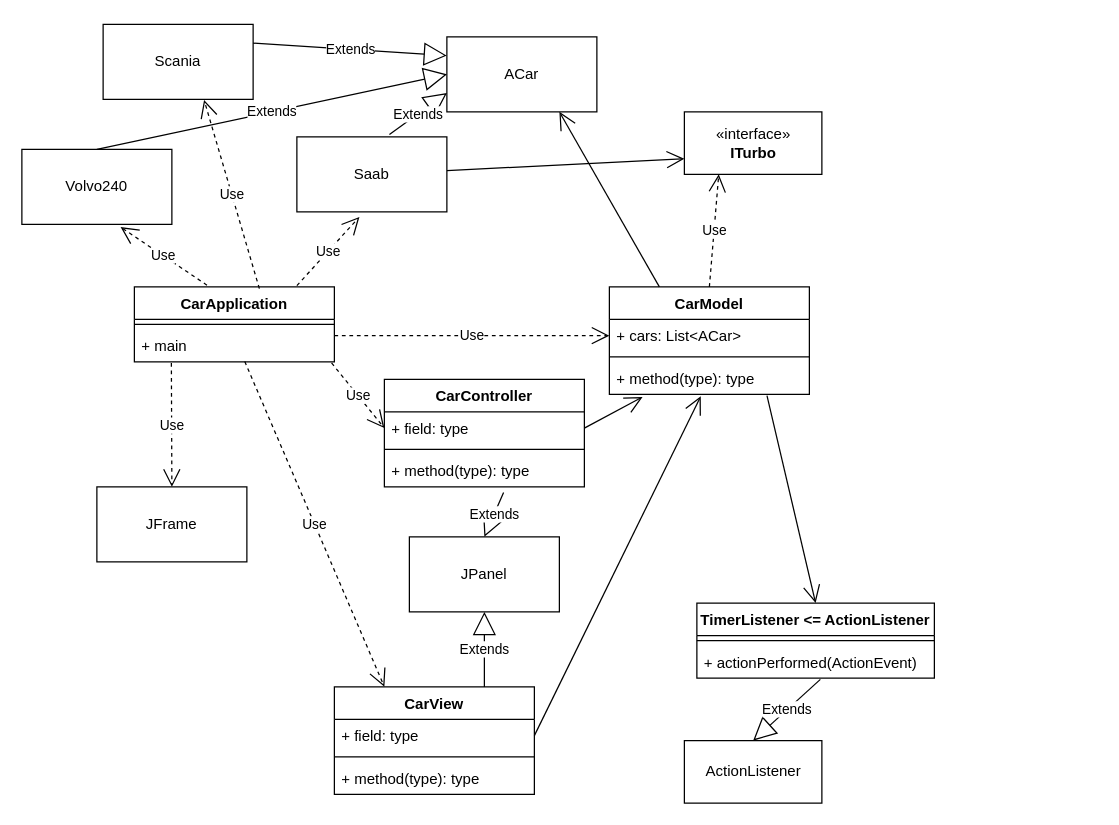
Above: NEWDESIGNGODHELPUS.drawio in Eliasers/DIT953-lab1 (draw.io), before the change. Source tidied: cells renumbered, new cells numbered last; positions are measured from the earlier drawing's top-left corner, leaving out a move shared by most shapes. Both pictures are drawn from the tidied source at 125%, with x=0, y=0 at pixel (21, 24).
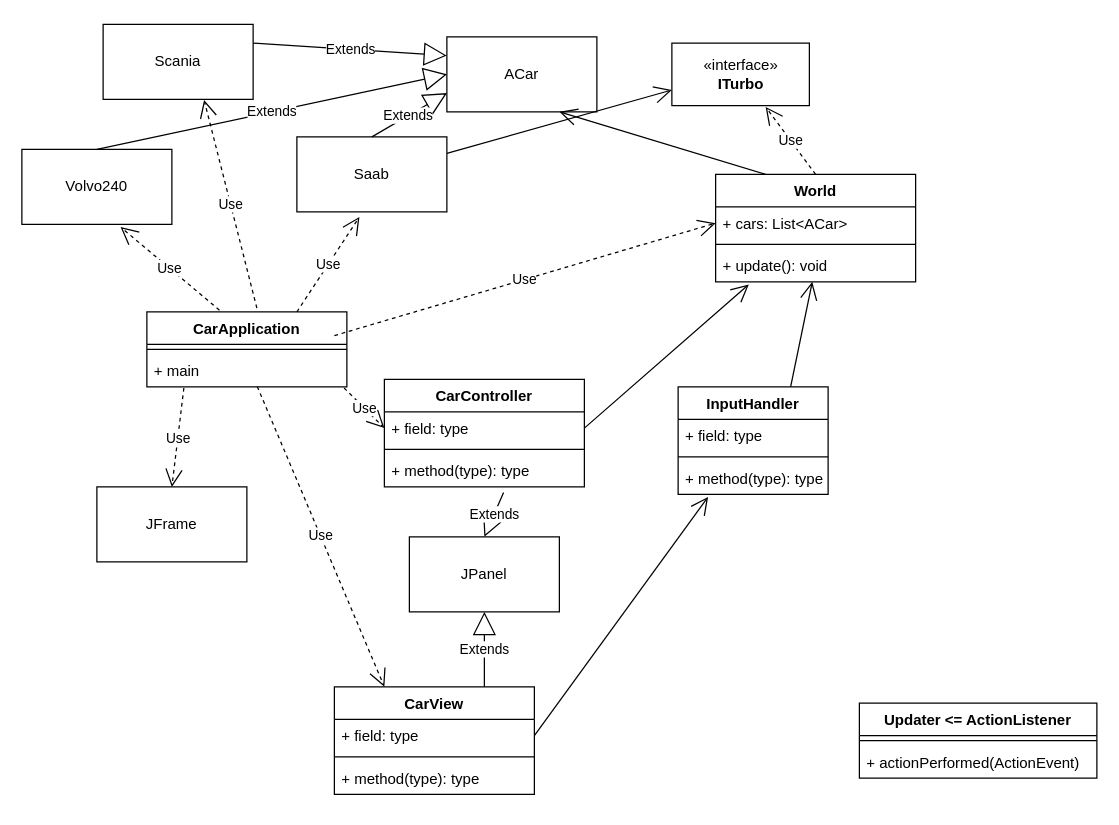
The same page after the edit.

Unchanged cells that the change refers to:
```xml
<mxCell id="10" value="+ field: type" style="text;strokeColor=none;fillColor=none;align=left;verticalAlign=top;spacingLeft=4;spacingRight=4;overflow=hidden;points=[[0,0.5],[1,0.5]];portConstraint=eastwest;" parent="9" vertex="1">
  <mxGeometry y="26" width="160" height="26" as="geometry" />
</mxCell>
<mxCell id="21" value="ACar" style="rounded=0;whiteSpace=wrap;html=1;" parent="1" vertex="1">
  <mxGeometry x="340" y="10" width="120" height="60" as="geometry" />
</mxCell>
<mxCell id="22" value="Scania" style="rounded=0;whiteSpace=wrap;html=1;" parent="1" vertex="1">
  <mxGeometry x="65" width="120" height="60" as="geometry" />
</mxCell>
<mxCell id="25" value="Saab" style="rounded=0;whiteSpace=wrap;html=1;" parent="1" vertex="1">
  <mxGeometry x="220" y="90" width="120" height="60" as="geometry" />
</mxCell>
<mxCell id="39" value="+ actionPerformed(ActionEvent)" style="text;strokeColor=none;fillColor=none;align=left;verticalAlign=top;spacingLeft=4;spacingRight=4;overflow=hidden;points=[[0,0.5],[1,0.5]];portConstraint=eastwest;" parent="37" vertex="1">
  <mxGeometry y="34" width="190" height="26" as="geometry" />
</mxCell>
```

Change to the diagram source:
```diff
@@
     <mxCell id="2" value="CarApplication" style="swimlane;fontStyle=1;align=center;verticalAlign=top;horizontal=1;startSize=26;" parent="1" vertex="1">
-      <mxGeometry x="90" y="210" width="160" height="60" as="geometry" />
+      <mxGeometry x="100" y="230" width="160" height="60" as="geometry" />
     </mxCell>
@@
-    <mxCell id="5" value="CarModel" style="swimlane;fontStyle=1;align=center;verticalAlign=top;horizontal=1;startSize=26;" parent="1" vertex="1">
-      <mxGeometry x="470" y="210" width="160" height="86" as="geometry" />
+    <mxCell id="5" value="World" style="swimlane;fontStyle=1;align=center;verticalAlign=top;horizontal=1;startSize=26;" parent="1" vertex="1">
+      <mxGeometry x="555" y="120" width="160" height="86" as="geometry" />
     </mxCell>
@@
-    <mxCell id="8" value="+ method(type): type" style="text;strokeColor=none;fillColor=none;align=left;verticalAlign=top;spacingLeft=4;spacingRight=4;overflow=hidden;points=[[0,0.5],[1,0.5]];portConstraint=eastwest;" parent="5" vertex="1">
+    <mxCell id="8" value="+ update(): void" style="text;strokeColor=none;fillColor=none;align=left;verticalAlign=top;spacingLeft=4;spacingRight=4;overflow=hidden;points=[[0,0.5],[1,0.5]];portConstraint=eastwest;" parent="5" vertex="1">
       <mxGeometry y="60" width="160" height="26" as="geometry" />
     </mxCell>
@@
-    <mxCell id="28" value="Extends" style="endArrow=block;endSize=16;endFill=0;html=1;exitX=0.617;exitY=-0.033;exitDx=0;exitDy=0;entryX=0;entryY=0.75;entryDx=0;entryDy=0;exitPerimeter=0;" parent="1" edge="1" source="25" target="21">
+    <mxCell id="28" value="Extends" style="endArrow=block;endSize=16;endFill=0;html=1;exitX=0.5;exitY=0;exitDx=0;exitDy=0;entryX=0;entryY=0.75;entryDx=0;entryDy=0;" parent="1" edge="1" source="25" target="21">
       <mxGeometry x="-0.01" relative="1" as="geometry" />
     </mxCell>
@@
-    <mxCell id="30" value="Use" style="endArrow=open;endSize=12;dashed=1;html=1;exitX=0.625;exitY=0.023;exitDx=0;exitDy=0;entryX=0.673;entryY=1.007;entryDx=0;entryDy=0;entryPerimeter=0;exitPerimeter=0;" parent="1" edge="1" source="2" target="22">
+    <mxCell id="30" value="Use" style="endArrow=open;endSize=12;dashed=1;html=1;exitX=0.55;exitY=-0.05;exitDx=0;exitDy=0;entryX=0.673;entryY=1.007;entryDx=0;entryDy=0;entryPerimeter=0;exitPerimeter=0;" parent="1" edge="1" source="2" target="22">
       <mxGeometry relative="1" as="geometry" />
     </mxCell>
@@
-    <mxCell id="32" value="Use" style="endArrow=open;endSize=12;dashed=1;html=1;entryX=0.417;entryY=1.067;entryDx=0;entryDy=0;entryPerimeter=0;" parent="1" edge="1" target="25">
-      <mxGeometry relative="1" as="geometry">
-        <mxPoint x="220" y="209" as="sourcePoint" />
-      </mxGeometry>
+    <mxCell id="32" value="Use" style="endArrow=open;endSize=12;dashed=1;html=1;entryX=0.417;entryY=1.067;entryDx=0;entryDy=0;entryPerimeter=0;exitX=0.75;exitY=0;exitDx=0;exitDy=0;" parent="1" edge="1" source="2" target="25">
+      <mxGeometry relative="1" as="geometry" />
     </mxCell>
@@
-    <mxCell id="34" style="endArrow=open;endFill=1;endSize=12;html=1;exitX=1;exitY=0.5;exitDx=0;exitDy=0;entryX=0.457;entryY=1.057;entryDx=0;entryDy=0;entryPerimeter=0;" parent="1" edge="1" source="10" target="8">
+    <mxCell id="34" style="endArrow=open;endFill=1;endSize=12;html=1;exitX=1;exitY=0.5;exitDx=0;exitDy=0;entryX=0.2;entryY=1.077;entryDx=0;entryDy=0;entryPerimeter=0;" parent="1" edge="1" source="10" target="51">
       <mxGeometry relative="1" as="geometry" />
     </mxCell>
@@
-    <mxCell id="37" value="TimerListener &lt;= ActionListener" style="swimlane;fontStyle=1;align=center;verticalAlign=top;horizontal=1;startSize=26;" parent="1" vertex="1">
-      <mxGeometry x="540" y="463" width="190" height="60" as="geometry" />
+    <mxCell id="37" value="Updater &lt;= ActionListener" style="swimlane;fontStyle=1;align=center;verticalAlign=top;horizontal=1;startSize=26;" parent="1" vertex="1">
+      <mxGeometry x="670" y="543" width="190" height="60" as="geometry" />
     </mxCell>
@@
-    <mxCell id="40" value="ActionListener" style="html=1;" parent="1" vertex="1">
-      <mxGeometry x="530" y="573" width="110" height="50" as="geometry" />
-    </mxCell>
-    <mxCell id="41" value="Extends" style="endArrow=block;endSize=16;endFill=0;html=1;exitX=0.52;exitY=1.038;exitDx=0;exitDy=0;entryX=0.5;entryY=0;entryDx=0;entryDy=0;exitPerimeter=0;" parent="1" edge="1" source="39" target="40">
-      <mxGeometry relative="1" as="geometry" />
-    </mxCell>
-    <mxCell id="42" style="endArrow=open;endFill=1;endSize=12;html=1;exitX=0.788;exitY=1.038;exitDx=0;exitDy=0;entryX=0.5;entryY=0;entryDx=0;entryDy=0;exitPerimeter=0;" parent="1" edge="1" source="8" target="37">
-      <mxGeometry relative="1" as="geometry" />
-    </mxCell>
@@
     <mxCell id="45" value="«interface»&lt;br&gt;&lt;b&gt;ITurbo&lt;/b&gt;" style="html=1;" parent="1" vertex="1">
-      <mxGeometry x="530" y="70" width="110" height="50" as="geometry" />
+      <mxGeometry x="520" y="15" width="110" height="50" as="geometry" />
     </mxCell>
-    <mxCell id="46" value="Use" style="endArrow=open;endSize=12;dashed=1;html=1;entryX=0.25;entryY=1;entryDx=0;entryDy=0;exitX=0.5;exitY=0;exitDx=0;exitDy=0;" parent="1" edge="1" source="5" target="45">
+    <mxCell id="46" value="Use" style="endArrow=open;endSize=12;dashed=1;html=1;entryX=0.682;entryY=1.02;entryDx=0;entryDy=0;exitX=0.5;exitY=0;exitDx=0;exitDy=0;entryPerimeter=0;" parent="1" edge="1" source="5" target="45">
       <mxGeometry relative="1" as="geometry" />
     </mxCell>
+    <mxCell id="47" style="edgeStyle=none;jettySize=auto;html=1;exitX=0.75;exitY=0;exitDx=0;exitDy=0;endArrow=open;endFill=1;endSize=12;" parent="1" edge="1" source="48" target="8">
+      <mxGeometry relative="1" as="geometry" />
+    </mxCell>
+    <mxCell id="48" value="InputHandler" style="swimlane;fontStyle=1;align=center;verticalAlign=top;horizontal=1;startSize=26;" parent="1" vertex="1">
+      <mxGeometry x="525" y="290" width="120" height="86" as="geometry" />
+    </mxCell>
+    <mxCell id="49" value="+ field: type" style="text;strokeColor=none;fillColor=none;align=left;verticalAlign=top;spacingLeft=4;spacingRight=4;overflow=hidden;" parent="48" vertex="1">
+      <mxGeometry y="26" width="120" height="26" as="geometry" />
+    </mxCell>
+    <mxCell id="50" style="line;strokeWidth=1;fillColor=none;align=left;verticalAlign=middle;spacingTop=-1;spacingLeft=3;spacingRight=3;labelPosition=right;" parent="48" vertex="1">
+      <mxGeometry y="52" width="120" height="8" as="geometry" />
+    </mxCell>
+    <mxCell id="51" value="+ method(type): type" style="text;strokeColor=none;fillColor=none;align=left;verticalAlign=top;spacingLeft=4;spacingRight=4;overflow=hidden;points=[[0,0.5],[1,0.5]];portConstraint=eastwest;" parent="48" vertex="1">
+      <mxGeometry y="60" width="120" height="26" as="geometry" />
+    </mxCell>
```
